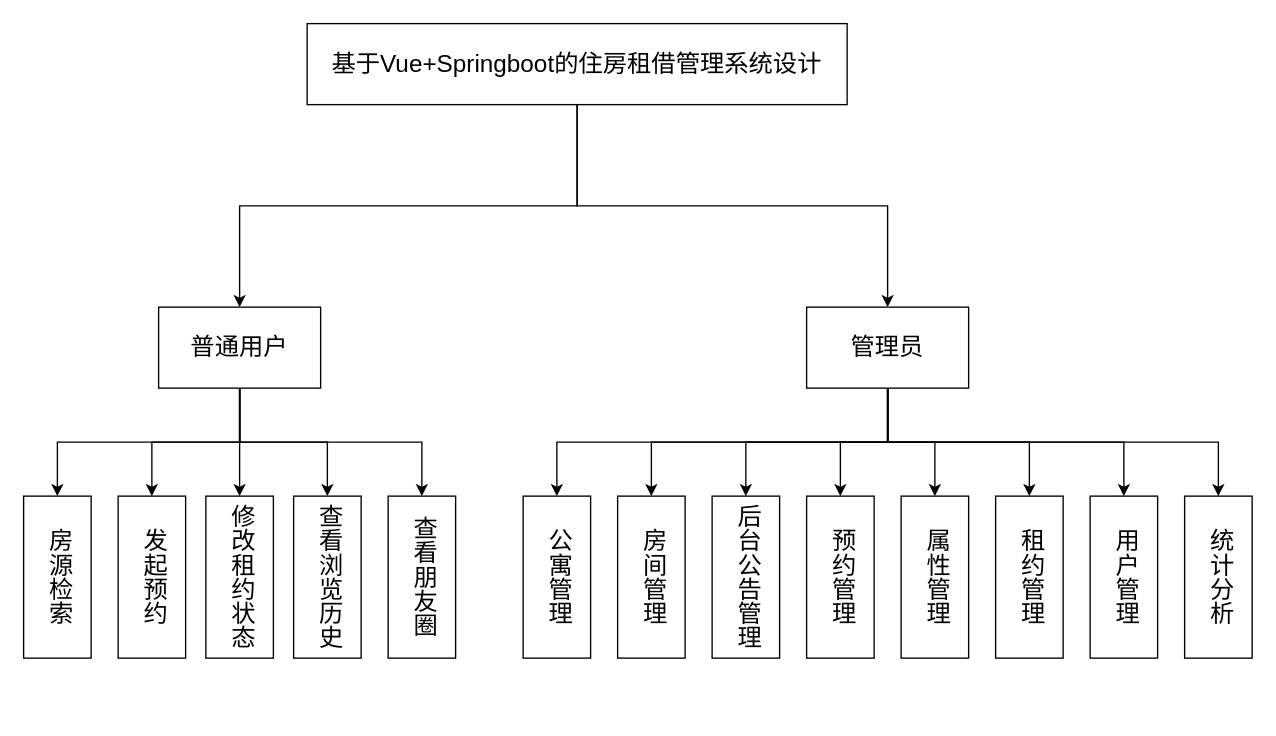
ssajdsal/18-comic-finder keeps this draw.io diagram as src/未命名绘图.drawio. Above is the earlier version. Source tidied: cells renumbered, new cells numbered last; positions are measured from the earlier drawing's top-left corner, leaving out a move shared by most shapes. Both pictures are drawn from the tidied source at 135%, with x=0, y=0 at pixel (23, 23).
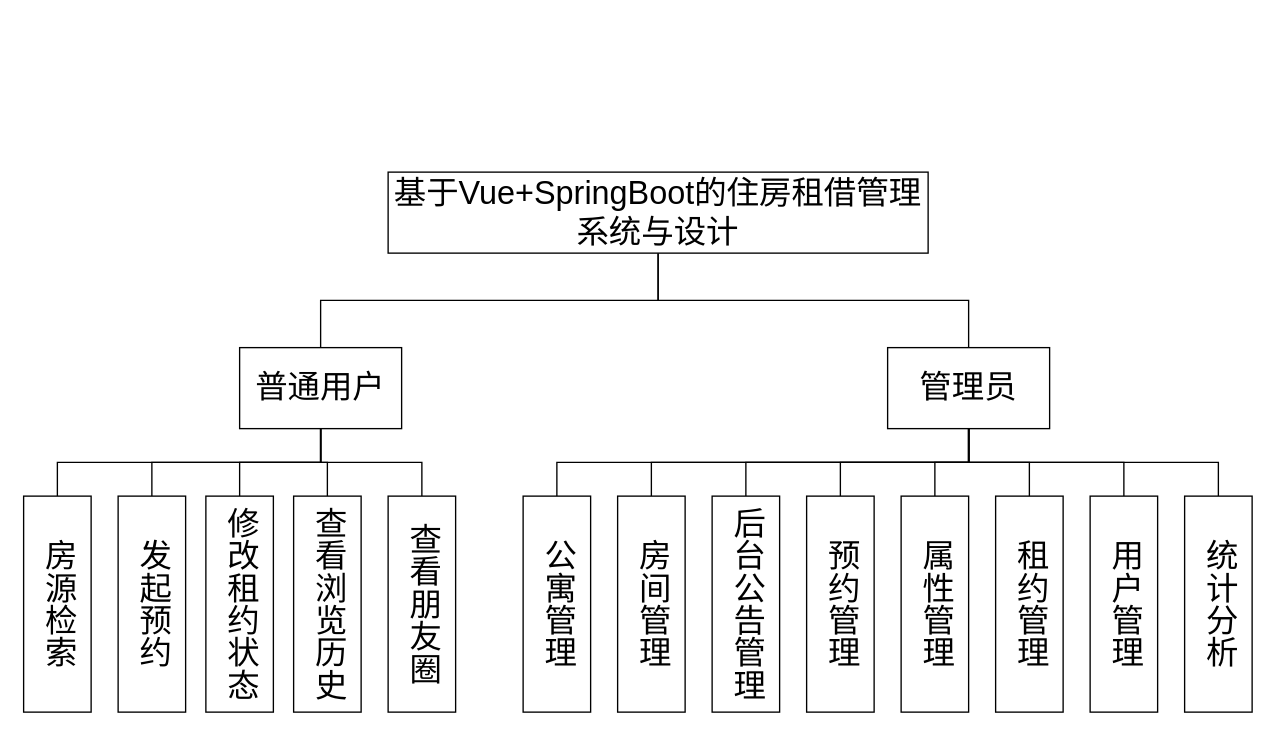
The same page after the edit.

Commit message:
更新未命名绘图.drawio

The edit, as a diff of the source:
```diff
@@
-    <mxCell id="2" style="edgeStyle=orthogonalEdgeStyle;rounded=0;jettySize=auto;html=1;exitX=0.5;exitY=1;exitDx=0;exitDy=0;entryX=0.5;entryY=0;entryDx=0;entryDy=0;fontFamily=宋体;fontSize=18;" parent="1" edge="1" source="4" target="10">
+    <mxCell id="2" style="edgeStyle=orthogonalEdgeStyle;rounded=0;jettySize=auto;html=1;exitX=0.5;exitY=1;exitDx=0;exitDy=0;entryX=0.5;entryY=0;entryDx=0;entryDy=0;fontFamily=宋体;fontSize=24;fontStyle=0;endArrow=none;endFill=0;" parent="1" edge="1" source="4" target="10">
       <mxGeometry relative="1" as="geometry" />
     </mxCell>
-    <mxCell id="3" style="edgeStyle=orthogonalEdgeStyle;rounded=0;jettySize=auto;html=1;exitX=0.5;exitY=1;exitDx=0;exitDy=0;entryX=0.5;entryY=0;entryDx=0;entryDy=0;fontFamily=宋体;fontSize=18;" parent="1" edge="1" source="4" target="19">
+    <mxCell id="3" style="edgeStyle=orthogonalEdgeStyle;rounded=0;jettySize=auto;html=1;exitX=0.5;exitY=1;exitDx=0;exitDy=0;entryX=0.5;entryY=0;entryDx=0;entryDy=0;fontFamily=宋体;fontSize=24;fontStyle=0;endArrow=none;endFill=0;" parent="1" edge="1" source="4" target="19">
       <mxGeometry relative="1" as="geometry" />
     </mxCell>
-    <mxCell id="4" value="&lt;span lang=&quot;EN-US&quot; style=&quot;font-size: 18px;&quot;&gt;&lt;font style=&quot;font-size: 18px;&quot;&gt;基于Vue+Springboot的住房租借管理系统设计&lt;/font&gt;&lt;/span&gt;" style="rounded=0;whiteSpace=wrap;html=1;fontFamily=宋体;fontSize=18;" parent="1" vertex="1">
-      <mxGeometry x="210" width="400" height="60" as="geometry" />
+    <mxCell id="4" value="&lt;span style=&quot;font-size: 24px;&quot; lang=&quot;EN-US&quot;&gt;&lt;font style=&quot;font-size: 24px;&quot;&gt;基于Vue+SpringBoot的住房租借管理系统与设计&lt;/font&gt;&lt;/span&gt;" style="rounded=0;whiteSpace=wrap;html=1;fontFamily=宋体;fontSize=24;fontStyle=0;" parent="1" vertex="1">
+      <mxGeometry x="270" y="110" width="400" height="60" as="geometry" />
     </mxCell>
-    <mxCell id="5" style="edgeStyle=orthogonalEdgeStyle;rounded=0;jettySize=auto;html=1;exitX=0.5;exitY=1;exitDx=0;exitDy=0;entryX=0.5;entryY=0;entryDx=0;entryDy=0;" parent="1" edge="1" source="10" target="20">
+    <mxCell id="5" style="edgeStyle=orthogonalEdgeStyle;rounded=0;jettySize=auto;html=1;exitX=0.5;exitY=1;exitDx=0;exitDy=0;entryX=0.5;entryY=0;entryDx=0;entryDy=0;fontStyle=0;fontFamily=宋体;fontSize=24;endArrow=none;endFill=0;" parent="1" edge="1" source="10" target="20">
       <mxGeometry relative="1" as="geometry" />
     </mxCell>
-    <mxCell id="6" style="edgeStyle=orthogonalEdgeStyle;rounded=0;jettySize=auto;html=1;exitX=0.5;exitY=1;exitDx=0;exitDy=0;entryX=0.5;entryY=0;entryDx=0;entryDy=0;" parent="1" edge="1" source="10" target="21">
+    <mxCell id="6" style="edgeStyle=orthogonalEdgeStyle;rounded=0;jettySize=auto;html=1;exitX=0.5;exitY=1;exitDx=0;exitDy=0;entryX=0.5;entryY=0;entryDx=0;entryDy=0;fontStyle=0;fontFamily=宋体;fontSize=24;endArrow=none;endFill=0;" parent="1" edge="1" source="10" target="21">
       <mxGeometry relative="1" as="geometry" />
     </mxCell>
-    <mxCell id="7" style="edgeStyle=orthogonalEdgeStyle;rounded=0;jettySize=auto;html=1;exitX=0.5;exitY=1;exitDx=0;exitDy=0;entryX=0.5;entryY=0;entryDx=0;entryDy=0;" parent="1" edge="1" source="10" target="23">
+    <mxCell id="7" style="edgeStyle=orthogonalEdgeStyle;rounded=0;jettySize=auto;html=1;exitX=0.5;exitY=1;exitDx=0;exitDy=0;entryX=0.5;entryY=0;entryDx=0;entryDy=0;fontStyle=0;fontFamily=宋体;fontSize=24;endArrow=none;endFill=0;" parent="1" edge="1" source="10" target="23">
       <mxGeometry relative="1" as="geometry" />
     </mxCell>
-    <mxCell id="8" style="edgeStyle=orthogonalEdgeStyle;rounded=0;jettySize=auto;html=1;exitX=0.5;exitY=1;exitDx=0;exitDy=0;entryX=0.5;entryY=0;entryDx=0;entryDy=0;" parent="1" edge="1" source="10" target="26">
+    <mxCell id="8" style="edgeStyle=orthogonalEdgeStyle;rounded=0;jettySize=auto;html=1;exitX=0.5;exitY=1;exitDx=0;exitDy=0;entryX=0.5;entryY=0;entryDx=0;entryDy=0;fontStyle=0;fontFamily=宋体;fontSize=24;endArrow=none;endFill=0;" parent="1" edge="1" source="10" target="26">
       <mxGeometry relative="1" as="geometry" />
     </mxCell>
-    <mxCell id="9" style="edgeStyle=orthogonalEdgeStyle;rounded=0;jettySize=auto;html=1;exitX=0.5;exitY=1;exitDx=0;exitDy=0;entryX=0.5;entryY=0;entryDx=0;entryDy=0;" parent="1" edge="1" source="10" target="27">
+    <mxCell id="9" style="edgeStyle=orthogonalEdgeStyle;rounded=0;jettySize=auto;html=1;exitX=0.5;exitY=1;exitDx=0;exitDy=0;entryX=0.5;entryY=0;entryDx=0;entryDy=0;fontStyle=0;fontFamily=宋体;fontSize=24;endArrow=none;endFill=0;" parent="1" edge="1" source="10" target="27">
       <mxGeometry relative="1" as="geometry" />
     </mxCell>
-    <mxCell id="10" value="普通用户" style="rounded=0;whiteSpace=wrap;html=1;fontFamily=宋体;fontSize=18;" parent="1" vertex="1">
-      <mxGeometry x="100" y="210" width="120" height="60" as="geometry" />
+    <mxCell id="10" value="普通用户" style="rounded=0;whiteSpace=wrap;html=1;fontFamily=宋体;fontSize=24;fontStyle=0;" parent="1" vertex="1">
+      <mxGeometry x="160" y="240" width="120" height="60" as="geometry" />
     </mxCell>
-    <mxCell id="11" style="edgeStyle=orthogonalEdgeStyle;rounded=0;jettySize=auto;html=1;exitX=0.5;exitY=1;exitDx=0;exitDy=0;entryX=0.5;entryY=0;entryDx=0;entryDy=0;" parent="1" edge="1" source="19" target="24">
+    <mxCell id="11" style="edgeStyle=orthogonalEdgeStyle;rounded=0;jettySize=auto;html=1;exitX=0.5;exitY=1;exitDx=0;exitDy=0;entryX=0.5;entryY=0;entryDx=0;entryDy=0;fontStyle=0;fontFamily=宋体;fontSize=24;endArrow=none;endFill=0;" parent="1" edge="1" source="19" target="24">
       <mxGeometry relative="1" as="geometry" />
     </mxCell>
-    <mxCell id="12" style="edgeStyle=orthogonalEdgeStyle;rounded=0;jettySize=auto;html=1;exitX=0.5;exitY=1;exitDx=0;exitDy=0;entryX=0.5;entryY=0;entryDx=0;entryDy=0;" parent="1" edge="1" source="19" target="25">
+    <mxCell id="12" style="edgeStyle=orthogonalEdgeStyle;rounded=0;jettySize=auto;html=1;exitX=0.5;exitY=1;exitDx=0;exitDy=0;entryX=0.5;entryY=0;entryDx=0;entryDy=0;fontStyle=0;fontFamily=宋体;fontSize=24;endArrow=none;endFill=0;" parent="1" edge="1" source="19" target="25">
       <mxGeometry relative="1" as="geometry" />
     </mxCell>
-    <mxCell id="13" style="edgeStyle=orthogonalEdgeStyle;rounded=0;jettySize=auto;html=1;exitX=0.5;exitY=1;exitDx=0;exitDy=0;entryX=0.5;entryY=0;entryDx=0;entryDy=0;" parent="1" edge="1" source="19" target="22">
+    <mxCell id="13" style="edgeStyle=orthogonalEdgeStyle;rounded=0;jettySize=auto;html=1;exitX=0.5;exitY=1;exitDx=0;exitDy=0;entryX=0.5;entryY=0;entryDx=0;entryDy=0;fontStyle=0;fontFamily=宋体;fontSize=24;endArrow=none;endFill=0;" parent="1" edge="1" source="19" target="22">
       <mxGeometry relative="1" as="geometry" />
     </mxCell>
-    <mxCell id="14" style="edgeStyle=orthogonalEdgeStyle;rounded=0;jettySize=auto;html=1;exitX=0.5;exitY=1;exitDx=0;exitDy=0;entryX=0.5;entryY=0;entryDx=0;entryDy=0;" parent="1" edge="1" source="19" target="29">
+    <mxCell id="14" style="edgeStyle=orthogonalEdgeStyle;rounded=0;jettySize=auto;html=1;exitX=0.5;exitY=1;exitDx=0;exitDy=0;entryX=0.5;entryY=0;entryDx=0;entryDy=0;fontStyle=0;fontFamily=宋体;fontSize=24;endArrow=none;endFill=0;" parent="1" edge="1" source="19" target="29">
       <mxGeometry relative="1" as="geometry" />
     </mxCell>
-    <mxCell id="15" style="edgeStyle=orthogonalEdgeStyle;rounded=0;jettySize=auto;html=1;exitX=0.5;exitY=1;exitDx=0;exitDy=0;" parent="1" edge="1" source="19" target="30">
+    <mxCell id="15" style="edgeStyle=orthogonalEdgeStyle;rounded=0;jettySize=auto;html=1;exitX=0.5;exitY=1;exitDx=0;exitDy=0;fontStyle=0;fontFamily=宋体;fontSize=24;endArrow=none;endFill=0;" parent="1" edge="1" source="19" target="30">
       <mxGeometry relative="1" as="geometry" />
     </mxCell>
-    <mxCell id="16" style="edgeStyle=orthogonalEdgeStyle;rounded=0;jettySize=auto;html=1;exitX=0.5;exitY=1;exitDx=0;exitDy=0;entryX=0.5;entryY=0;entryDx=0;entryDy=0;" parent="1" edge="1" source="19" target="32">
+    <mxCell id="16" style="edgeStyle=orthogonalEdgeStyle;rounded=0;jettySize=auto;html=1;exitX=0.5;exitY=1;exitDx=0;exitDy=0;entryX=0.5;entryY=0;entryDx=0;entryDy=0;fontStyle=0;fontFamily=宋体;fontSize=24;endArrow=none;endFill=0;" parent="1" edge="1" source="19" target="32">
       <mxGeometry relative="1" as="geometry" />
     </mxCell>
-    <mxCell id="17" style="edgeStyle=orthogonalEdgeStyle;rounded=0;jettySize=auto;html=1;exitX=0.5;exitY=1;exitDx=0;exitDy=0;entryX=0.5;entryY=0;entryDx=0;entryDy=0;" parent="1" edge="1" source="19" target="31">
+    <mxCell id="17" style="edgeStyle=orthogonalEdgeStyle;rounded=0;jettySize=auto;html=1;exitX=0.5;exitY=1;exitDx=0;exitDy=0;entryX=0.5;entryY=0;entryDx=0;entryDy=0;fontStyle=0;fontFamily=宋体;fontSize=24;endArrow=none;endFill=0;" parent="1" edge="1" source="19" target="31">
       <mxGeometry relative="1" as="geometry" />
     </mxCell>
-    <mxCell id="18" style="edgeStyle=orthogonalEdgeStyle;rounded=0;jettySize=auto;html=1;exitX=0.5;exitY=1;exitDx=0;exitDy=0;" parent="1" edge="1" source="19" target="28">
+    <mxCell id="18" style="edgeStyle=orthogonalEdgeStyle;rounded=0;jettySize=auto;html=1;exitX=0.5;exitY=1;exitDx=0;exitDy=0;fontStyle=0;fontFamily=宋体;fontSize=24;endArrow=none;endFill=0;" parent="1" edge="1" source="19" target="28">
       <mxGeometry relative="1" as="geometry" />
     </mxCell>
-    <mxCell id="19" value="管理员" style="rounded=0;whiteSpace=wrap;html=1;fontSize=18;fontFamily=宋体;" parent="1" vertex="1">
-      <mxGeometry x="580" y="210" width="120" height="60" as="geometry" />
+    <mxCell id="19" value="管理员" style="rounded=0;whiteSpace=wrap;html=1;fontSize=24;fontFamily=宋体;fontStyle=0;" parent="1" vertex="1">
+      <mxGeometry x="640" y="240" width="120" height="60" as="geometry" />
     </mxCell>
-    <mxCell id="20" value="房源检索" style="rounded=0;whiteSpace=wrap;html=1;textDirection=vertical-rl;fontFamily=宋体;fontSize=18;" parent="1" vertex="1">
-      <mxGeometry y="350" width="50" height="120" as="geometry" />
+    <mxCell id="20" value="房源检索" style="rounded=0;whiteSpace=wrap;html=1;textDirection=vertical-rl;fontFamily=宋体;fontSize=24;fontStyle=0;" parent="1" vertex="1">
+      <mxGeometry y="350" width="50" height="160" as="geometry" />
     </mxCell>
-    <mxCell id="21" value="发起预约" style="rounded=0;whiteSpace=wrap;html=1;textDirection=vertical-rl;fontFamily=宋体;fontSize=18;" parent="1" vertex="1">
-      <mxGeometry x="70" y="350" width="50" height="120" as="geometry" />
+    <mxCell id="21" value="发起预约" style="rounded=0;whiteSpace=wrap;html=1;textDirection=vertical-rl;fontFamily=宋体;fontSize=24;fontStyle=0;" parent="1" vertex="1">
+      <mxGeometry x="70" y="350" width="50" height="160" as="geometry" />
     </mxCell>
-    <mxCell id="22" value="后台公告管理" style="rounded=0;whiteSpace=wrap;html=1;textDirection=vertical-rl;fontFamily=宋体;fontSize=18;" parent="1" vertex="1">
-      <mxGeometry x="510" y="350" width="50" height="120" as="geometry" />
+    <mxCell id="22" value="后台公告管理" style="rounded=0;whiteSpace=wrap;html=1;textDirection=vertical-rl;fontFamily=宋体;fontSize=24;fontStyle=0;" parent="1" vertex="1">
+      <mxGeometry x="510" y="350" width="50" height="160" as="geometry" />
     </mxCell>
-    <mxCell id="23" value="修改租约状态" style="rounded=0;whiteSpace=wrap;html=1;textDirection=vertical-rl;fontFamily=宋体;fontSize=18;" parent="1" vertex="1">
-      <mxGeometry x="135" y="350" width="50" height="120" as="geometry" />
+    <mxCell id="23" value="修改租约状态" style="rounded=0;whiteSpace=wrap;html=1;textDirection=vertical-rl;fontFamily=宋体;fontSize=24;fontStyle=0;" parent="1" vertex="1">
+      <mxGeometry x="135" y="350" width="50" height="160" as="geometry" />
     </mxCell>
-    <mxCell id="24" value="公寓管理" style="rounded=0;whiteSpace=wrap;html=1;textDirection=vertical-rl;fontFamily=宋体;fontSize=18;" parent="1" vertex="1">
-      <mxGeometry x="370" y="350" width="50" height="120" as="geometry" />
+    <mxCell id="24" value="公寓管理" style="rounded=0;whiteSpace=wrap;html=1;textDirection=vertical-rl;fontFamily=宋体;fontSize=24;fontStyle=0;" parent="1" vertex="1">
+      <mxGeometry x="370" y="350" width="50" height="160" as="geometry" />
     </mxCell>
-    <mxCell id="25" value="房间管理" style="rounded=0;whiteSpace=wrap;html=1;textDirection=vertical-rl;fontFamily=宋体;fontSize=18;" parent="1" vertex="1">
-      <mxGeometry x="440" y="350" width="50" height="120" as="geometry" />
+    <mxCell id="25" value="房间管理" style="rounded=0;whiteSpace=wrap;html=1;textDirection=vertical-rl;fontFamily=宋体;fontSize=24;fontStyle=0;" parent="1" vertex="1">
+      <mxGeometry x="440" y="350" width="50" height="160" as="geometry" />
     </mxCell>
-    <mxCell id="26" value="查看浏览历史" style="rounded=0;whiteSpace=wrap;html=1;textDirection=vertical-rl;fontFamily=宋体;fontSize=18;" parent="1" vertex="1">
-      <mxGeometry x="200" y="350" width="50" height="120" as="geometry" />
+    <mxCell id="26" value="查看浏览历史" style="rounded=0;whiteSpace=wrap;html=1;textDirection=vertical-rl;fontFamily=宋体;fontSize=24;fontStyle=0;" parent="1" vertex="1">
+      <mxGeometry x="200" y="350" width="50" height="160" as="geometry" />
     </mxCell>
-    <mxCell id="27" value="查看朋友圈" style="rounded=0;whiteSpace=wrap;html=1;textDirection=vertical-rl;fontFamily=宋体;fontSize=18;" parent="1" vertex="1">
-      <mxGeometry x="270" y="350" width="50" height="120" as="geometry" />
+    <mxCell id="27" value="查看朋友圈" style="rounded=0;whiteSpace=wrap;html=1;textDirection=vertical-rl;fontFamily=宋体;fontSize=24;fontStyle=0;" parent="1" vertex="1">
+      <mxGeometry x="270" y="350" width="50" height="160" as="geometry" />
     </mxCell>
-    <mxCell id="28" value="统计分析" style="rounded=0;whiteSpace=wrap;html=1;textDirection=vertical-rl;fontFamily=宋体;fontSize=18;" parent="1" vertex="1">
-      <mxGeometry x="860" y="350" width="50" height="120" as="geometry" />
+    <mxCell id="28" value="统计分析" style="rounded=0;whiteSpace=wrap;html=1;textDirection=vertical-rl;fontFamily=宋体;fontSize=24;fontStyle=0;" parent="1" vertex="1">
+      <mxGeometry x="860" y="350" width="50" height="160" as="geometry" />
     </mxCell>
-    <mxCell id="29" value="预约管理" style="rounded=0;whiteSpace=wrap;html=1;textDirection=vertical-rl;fontFamily=宋体;fontSize=18;" parent="1" vertex="1">
-      <mxGeometry x="580" y="350" width="50" height="120" as="geometry" />
+    <mxCell id="29" value="预约管理" style="rounded=0;whiteSpace=wrap;html=1;textDirection=vertical-rl;fontFamily=宋体;fontSize=24;fontStyle=0;" parent="1" vertex="1">
+      <mxGeometry x="580" y="350" width="50" height="160" as="geometry" />
     </mxCell>
-    <mxCell id="30" value="属性管理" style="rounded=0;whiteSpace=wrap;html=1;textDirection=vertical-rl;fontFamily=宋体;fontSize=18;" parent="1" vertex="1">
-      <mxGeometry x="650" y="350" width="50" height="120" as="geometry" />
+    <mxCell id="30" value="属性管理" style="rounded=0;whiteSpace=wrap;html=1;textDirection=vertical-rl;fontFamily=宋体;fontSize=24;fontStyle=0;" parent="1" vertex="1">
+      <mxGeometry x="650" y="350" width="50" height="160" as="geometry" />
     </mxCell>
-    <mxCell id="31" value="用户管理" style="rounded=0;whiteSpace=wrap;html=1;textDirection=vertical-rl;fontFamily=宋体;fontSize=18;" parent="1" vertex="1">
-      <mxGeometry x="790" y="350" width="50" height="120" as="geometry" />
+    <mxCell id="31" value="用户管理" style="rounded=0;whiteSpace=wrap;html=1;textDirection=vertical-rl;fontFamily=宋体;fontSize=24;fontStyle=0;" parent="1" vertex="1">
+      <mxGeometry x="790" y="350" width="50" height="160" as="geometry" />
     </mxCell>
-    <mxCell id="32" value="租约管理" style="rounded=0;whiteSpace=wrap;html=1;textDirection=vertical-rl;fontFamily=宋体;fontSize=18;" parent="1" vertex="1">
-      <mxGeometry x="720" y="350" width="50" height="120" as="geometry" />
+    <mxCell id="32" value="租约管理" style="rounded=0;whiteSpace=wrap;html=1;textDirection=vertical-rl;fontFamily=宋体;fontSize=24;fontStyle=0;" parent="1" vertex="1">
+      <mxGeometry x="720" y="350" width="50" height="160" as="geometry" />
     </mxCell>
```
